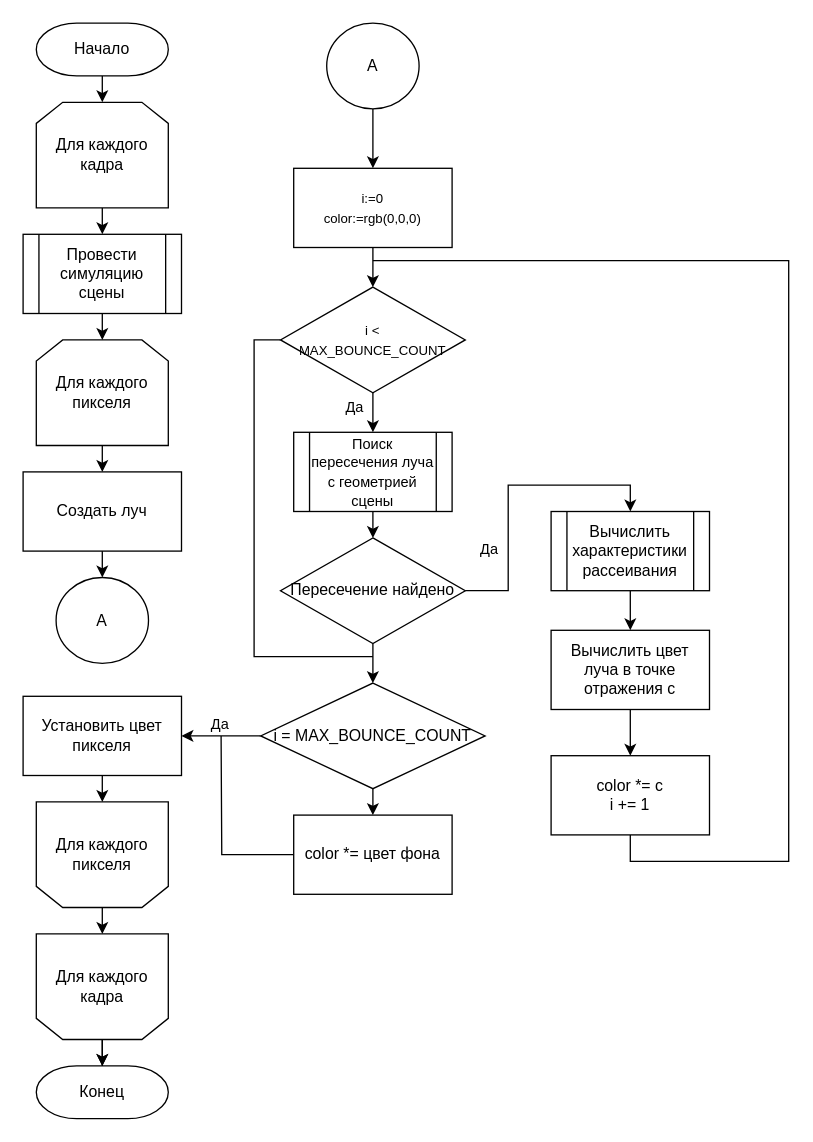
The draw.io diagram docs/inc/app.drawio in Holodome/voxel-water, before the edit. Source tidied: cells renumbered, new cells numbered last; positions are measured from the earlier drawing's top-left corner, leaving out a move shared by most shapes. Both pictures are drawn from the tidied source at 132%, with x=0, y=0 at pixel (22, 22).
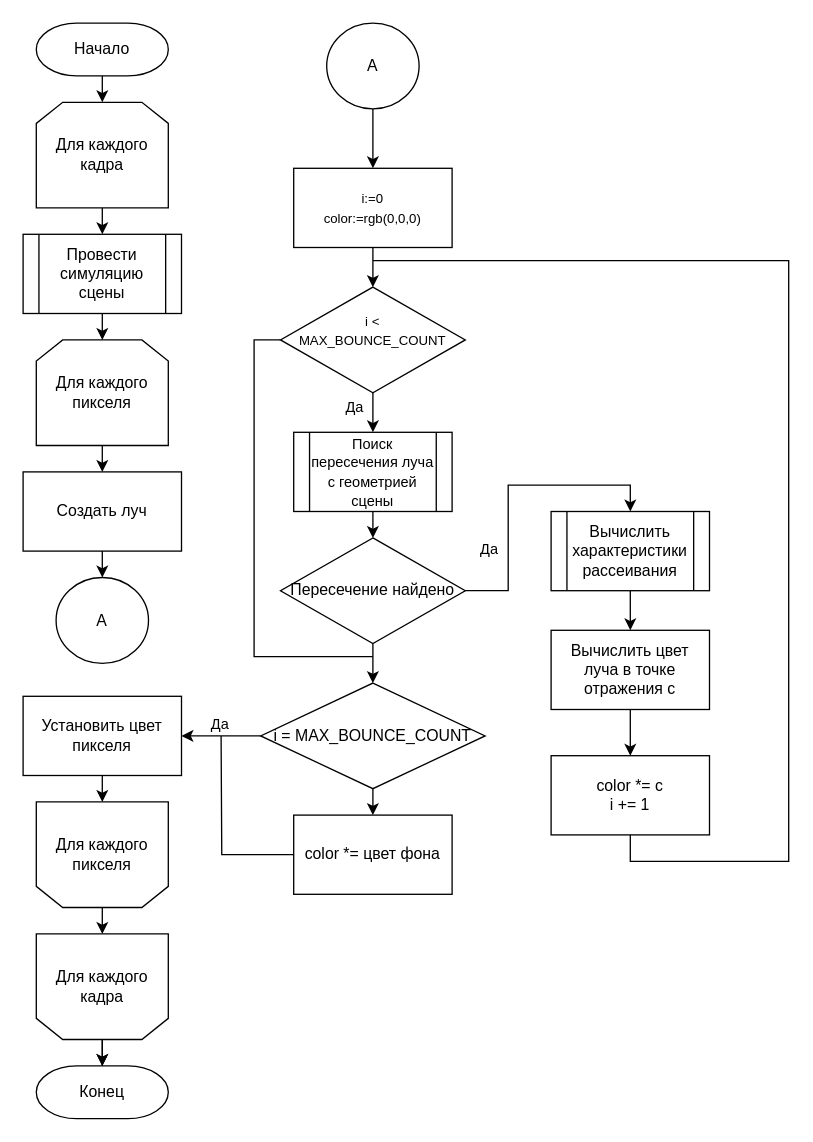
The same page after the edit.

Change to the diagram source:
```diff
@@
-    <mxCell id="40" value="&lt;font style=&quot;font-size: 10px;&quot;&gt;i &amp;lt; &lt;br&gt;MAX_BOUNCE_COUNT&lt;/font&gt;" style="rhombus;whiteSpace=wrap;html=1;" parent="1" vertex="1">
+    <mxCell id="40" value="&lt;font style=&quot;font-size: 10px;&quot;&gt;i &amp;lt; &lt;br&gt;MAX_BOUNCE_COUNT&lt;br&gt;&lt;br&gt;&lt;/font&gt;" style="rhombus;whiteSpace=wrap;html=1;" parent="1" vertex="1">
       <mxGeometry x="195" y="200" width="140" height="80" as="geometry" />
     </mxCell>
```
